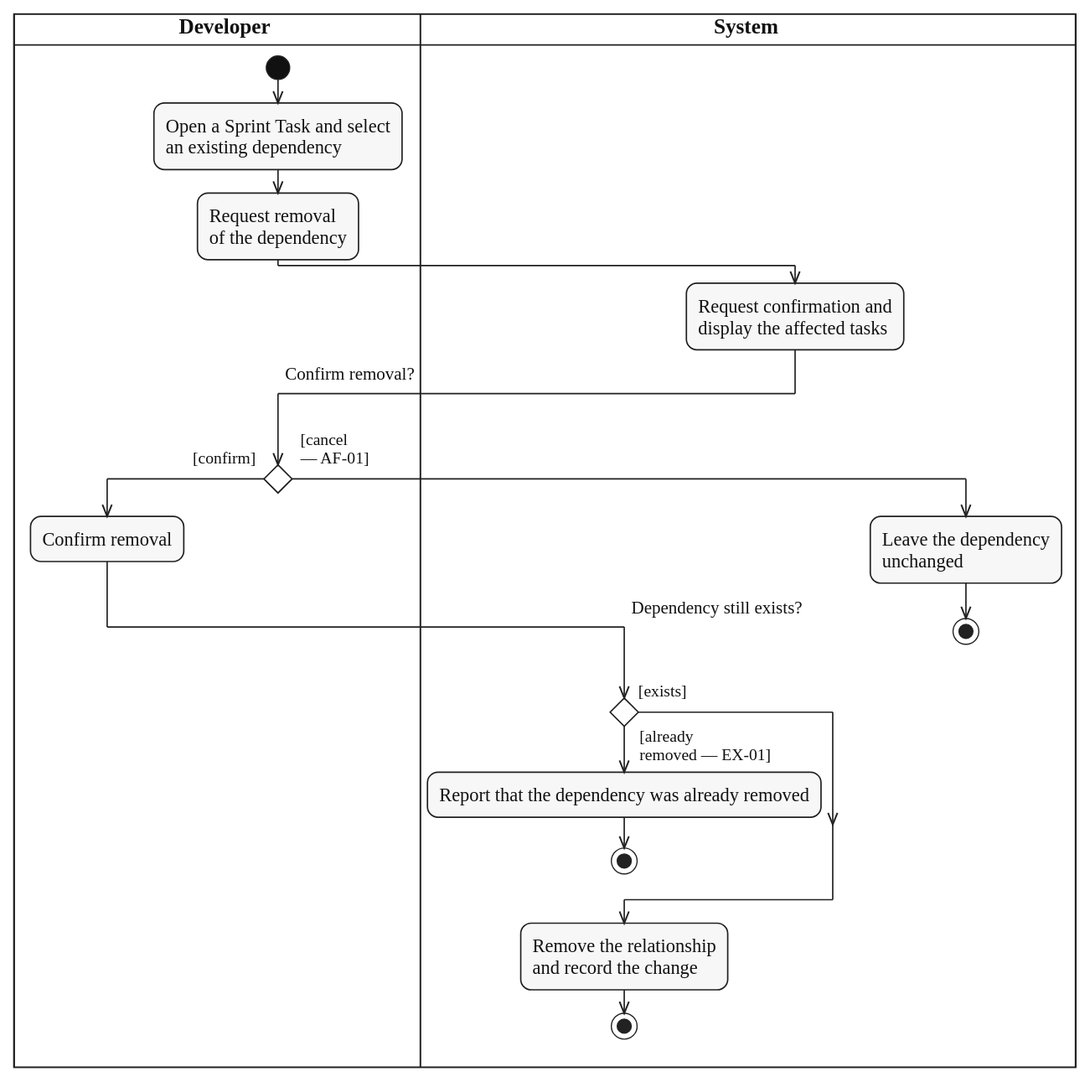
The PlantUML diagram diagrams/activity/sprint-work/svg/UC-TASK-DEPENDENCY-REMOVE.svg in lukenab/swd392-doc-automation, before a commit. Its source is kept beside it as diagrams/activity/sprint-work/source/UC-TASK-DEPENDENCY-REMOVE.puml. Its diagram source:
```plantuml
@startuml UC-TASK-DEPENDENCY-REMOVE
!include ../../_shared/activity-style.puml
|DEV| $lane_title("Developer")
|SYS| $lane_title("System")

|DEV|
start
:Open a Sprint Task and select
an existing dependency;
:Request removal
of the dependency;
|SYS|
:Request confirmation and
display the affected tasks;
|DEV|
if ($question_x("Confirm removal?")) then ($guard_left("[confirm]"))
  :Confirm removal;
  |SYS|
  if ($question_x("Dependency still exists?")) then ($guard_left("[exists]"))
  else ($guard_right("[already", "removed — EX-01]"))
    :Report that the dependency was already removed;
    stop
  endif
  :Remove the relationship
  and record the change;
  stop
else ($guard_right("[cancel", "— AF-01]"))
  |SYS|
  :Leave the dependency
  unchanged;
  stop
endif
@enduml
```
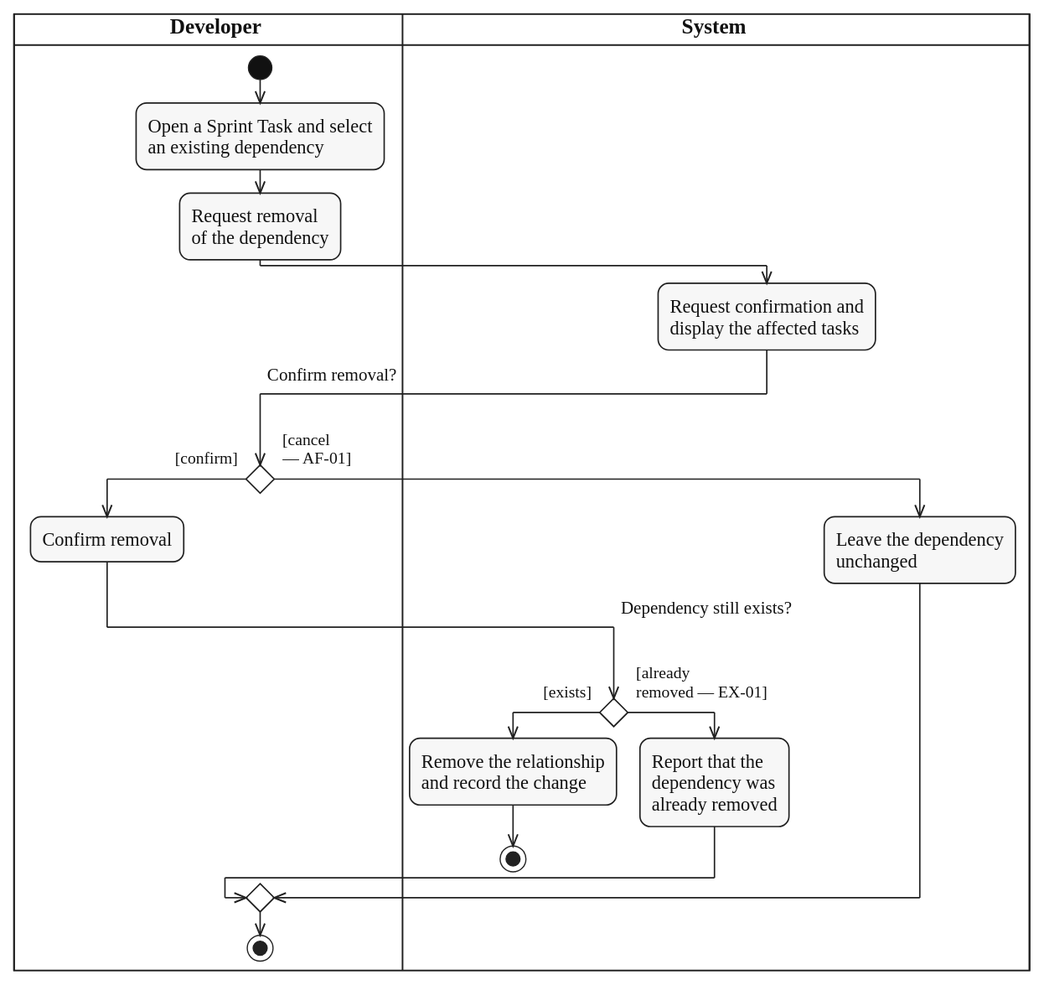
The same file after the commit.

Diff of the diagram source:
```diff
@@ -17,17 +17,19 @@
   :Confirm removal;
   |SYS|
   if ($question_x("Dependency still exists?")) then ($guard_left("[exists]"))
+    :Remove the relationship
+    and record the change;
+    stop
   else ($guard_right("[already", "removed — EX-01]"))
-    :Report that the dependency was already removed;
-    stop
+    :Report that the
+    dependency was
+    already removed;
   endif
-  :Remove the relationship
-  and record the change;
-  stop
 else ($guard_right("[cancel", "— AF-01]"))
   |SYS|
   :Leave the dependency
   unchanged;
-  stop
 endif
+|DEV|
+stop
 @enduml
```
